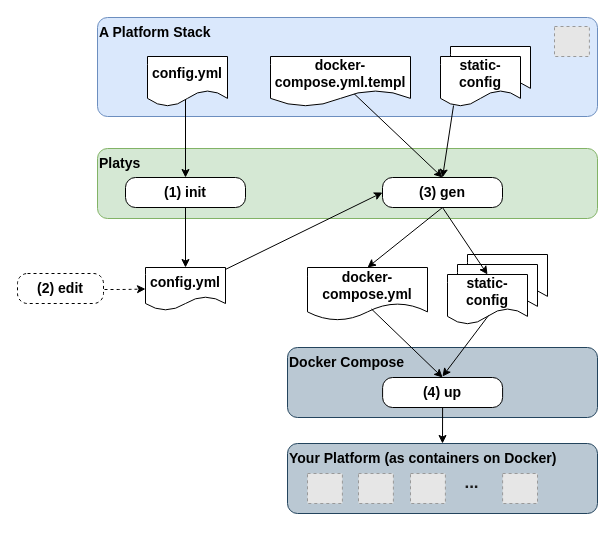
This is page "Buidling Blocks & Workflow" (3 of 4) of documentation/drawio/modern-data-platform.drawio from TrivadisPF/platys-modern-data-platform, a draw.io file, before an edit. Source tidied: cells renumbered, new cells numbered last; positions are measured from the earlier drawing's top-left corner, leaving out a move shared by most shapes. Both pictures are drawn from the tidied source at 100%, with x=0, y=0 at pixel (17, 17). Pictures stored in the file or linked from it are replaced by grey dashed boxes.
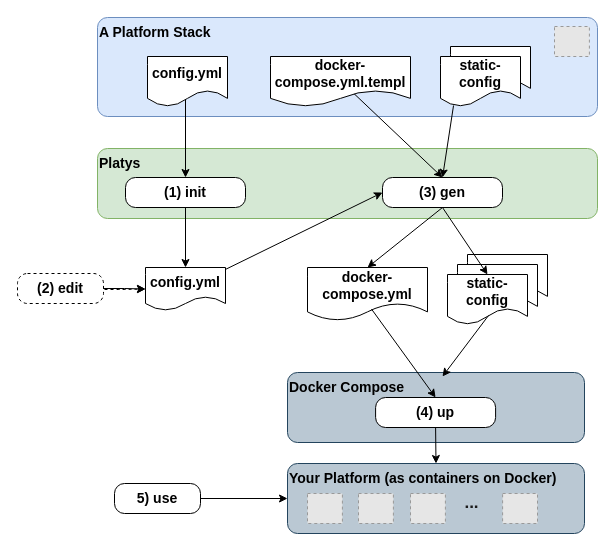
The same page after the edit.

Unchanged cells that the change refers to:
```xml
<mxCell id="8" value="&lt;b&gt;&lt;font style=&quot;font-size: 14px&quot;&gt;config.yml&lt;/font&gt;&lt;/b&gt;" style="shape=document;whiteSpace=wrap;html=1;boundedLbl=1;size=0.325;" parent="1" vertex="1">
  <mxGeometry x="128" y="250" width="80" height="43" as="geometry" />
</mxCell>
<mxCell id="13" value="(2) edit" style="rounded=1;whiteSpace=wrap;html=1;labelBackgroundColor=none;strokeColor=#000000;strokeWidth=1;fillColor=none;fontColor=#000000;arcSize=20;absoluteArcSize=1;fontSize=14;fontStyle=1;dashed=1;" parent="1" vertex="1">
  <mxGeometry y="256" width="86" height="30" as="geometry" />
</mxCell>
```

Diff of the diagram source:
```diff
@@
+    <mxCell id="37" style="edgeStyle=orthogonalEdgeStyle;rounded=0;jettySize=auto;html=1;" parent="1" edge="1" source="13" target="8">
+      <mxGeometry relative="1" as="geometry" />
+    </mxCell>
@@
     <mxCell id="23" value="Your Platform (as containers on Docker)" style="rounded=1;whiteSpace=wrap;html=1;labelBackgroundColor=none;strokeColor=#23445d;strokeWidth=1;fillColor=#bac8d3;arcSize=20;absoluteArcSize=1;fontStyle=1;fontSize=14;verticalAlign=top;align=left;" parent="1" vertex="1">
-      <mxGeometry x="270" y="426" width="310" height="70" as="geometry" />
+      <mxGeometry x="270" y="446" width="297" height="70" as="geometry" />
     </mxCell>
     <mxCell id="24" style="fillColor=#E6E6E6;strokeColor=#999999;dashed=1;verticalLabelPosition=bottom;labelBackgroundColor=#ffffff;verticalAlign=top;fontSize=14;fontColor=#1A1A1A;align=left;" parent="1" vertex="1">
-      <mxGeometry x="290" y="456" width="34.9" height="30" as="geometry" />
+      <mxGeometry x="290" y="476" width="34.9" height="30" as="geometry" />
     </mxCell>
     <mxCell id="25" style="fillColor=#E6E6E6;strokeColor=#999999;dashed=1;verticalLabelPosition=bottom;labelBackgroundColor=#ffffff;verticalAlign=top;fontSize=14;fontColor=#1A1A1A;align=left;" parent="1" vertex="1">
-      <mxGeometry x="485.1" y="456" width="34.9" height="30" as="geometry" />
+      <mxGeometry x="485.1" y="476" width="34.9" height="30" as="geometry" />
     </mxCell>
     <mxCell id="26" style="fillColor=#E6E6E6;strokeColor=#999999;dashed=1;verticalLabelPosition=bottom;labelBackgroundColor=#ffffff;verticalAlign=top;fontSize=14;fontColor=#1A1A1A;align=left;" parent="1" vertex="1">
-      <mxGeometry x="341" y="456" width="34.9" height="30" as="geometry" />
+      <mxGeometry x="341" y="476" width="34.9" height="30" as="geometry" />
     </mxCell>
     <mxCell id="27" value="&lt;b&gt;&lt;font style=&quot;font-size: 17px&quot;&gt;...&lt;/font&gt;&lt;/b&gt;" style="text;html=1;align=center;verticalAlign=middle;fillColor=none;strokeColor=none;rounded=0;dashed=1;fontSize=14;fontColor=#1A1A1A;" parent="1" vertex="1">
-      <mxGeometry x="439" y="456" width="30" height="20" as="geometry" />
+      <mxGeometry x="439" y="476" width="30" height="20" as="geometry" />
     </mxCell>
     <mxCell id="28" value="Docker Compose" style="rounded=1;whiteSpace=wrap;html=1;labelBackgroundColor=none;strokeColor=#23445d;strokeWidth=1;fillColor=#bac8d3;arcSize=20;absoluteArcSize=1;fontStyle=1;fontSize=14;verticalAlign=top;align=left;" parent="1" vertex="1">
-      <mxGeometry x="270" y="330" width="310" height="70" as="geometry" />
+      <mxGeometry x="270" y="355" width="297" height="70" as="geometry" />
     </mxCell>
     <mxCell id="29" value="(4) up" style="rounded=1;whiteSpace=wrap;html=1;labelBackgroundColor=none;strokeWidth=1;arcSize=20;absoluteArcSize=1;fontSize=14;fontStyle=1;" parent="1" vertex="1">
-      <mxGeometry x="365.1" y="360" width="120" height="30" as="geometry" />
+      <mxGeometry x="358.1" y="380" width="120" height="30" as="geometry" />
     </mxCell>
@@
     <mxCell id="32" style="fillColor=#E6E6E6;strokeColor=#999999;dashed=1;verticalLabelPosition=bottom;labelBackgroundColor=#ffffff;verticalAlign=top;fontSize=14;fontColor=#1A1A1A;align=left;" parent="1" vertex="1">
-      <mxGeometry x="393" y="456" width="34.9" height="30" as="geometry" />
+      <mxGeometry x="393" y="476" width="34.9" height="30" as="geometry" />
     </mxCell>
@@
+    <mxCell id="38" style="edgeStyle=orthogonalEdgeStyle;rounded=0;orthogonalLoop=1;jettySize=auto;html=1;exitX=0.5;exitY=1;exitDx=0;exitDy=0;" parent="1" edge="1">
+      <mxGeometry relative="1" as="geometry">
+        <mxPoint x="182" y="425" as="sourcePoint" />
+        <mxPoint x="182" y="425" as="targetPoint" />
+      </mxGeometry>
+    </mxCell>
+    <mxCell id="39" value="5) use" style="rounded=1;whiteSpace=wrap;html=1;labelBackgroundColor=none;strokeColor=#000000;strokeWidth=1;fillColor=none;fontColor=#000000;arcSize=20;absoluteArcSize=1;fontSize=14;fontStyle=1;" parent="1" vertex="1">
+      <mxGeometry x="97" y="466" width="86" height="30" as="geometry" />
+    </mxCell>
+    <mxCell id="40" style="edgeStyle=orthogonalEdgeStyle;rounded=0;jettySize=auto;html=1;exitX=1;exitY=0.5;exitDx=0;exitDy=0;entryX=0;entryY=0.5;entryDx=0;entryDy=0;" parent="1" edge="1" source="39" target="23">
+      <mxGeometry relative="1" as="geometry" />
+    </mxCell>
```
